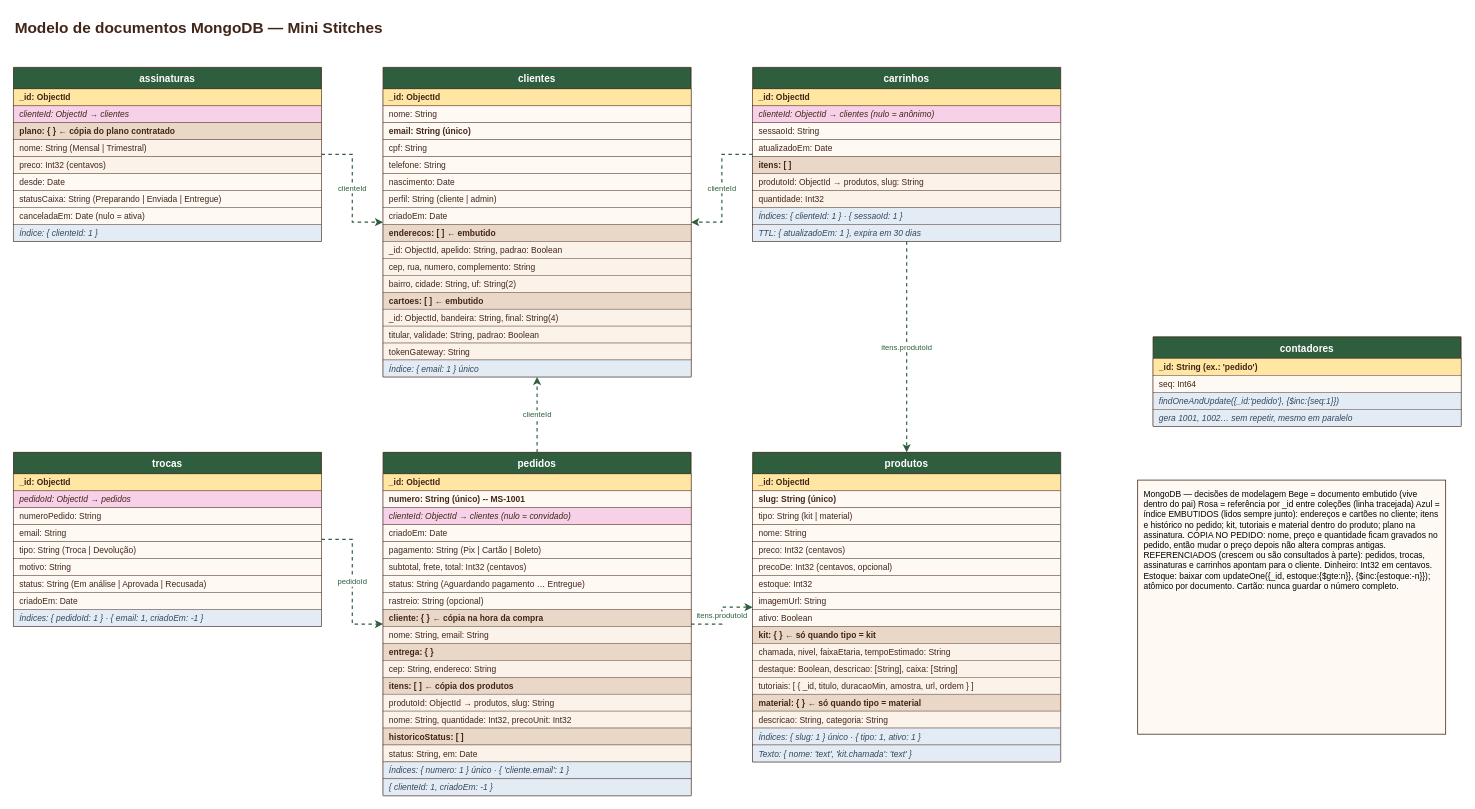
This is modelos/Diagrama_Mini_Sitches.drawio from SamuelLacerdx/mini-stitches, a draw.io file, before an edit. Source tidied: cells renumbered, new cells numbered last; positions are measured from the earlier drawing's top-left corner, leaving out a move shared by most shapes. Both pictures are drawn from the tidied source at 77%, with x=0, y=0 at pixel (13, 13).
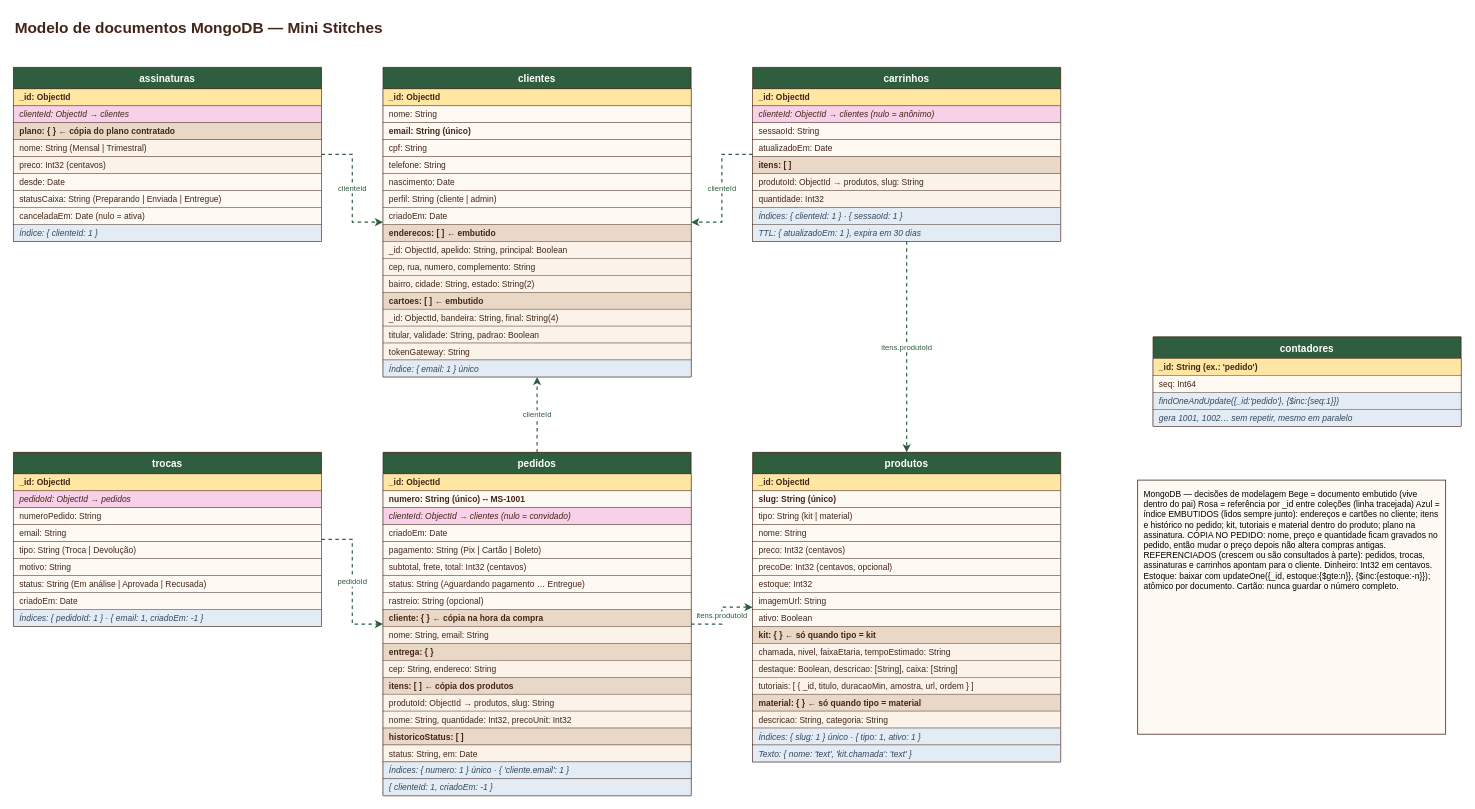
After the change.

The change refers to these unchanged cells:
```xml
<mxCell id="3" value="clientes" style="swimlane;fontStyle=1;horizontal=1;startSize=28;fillColor=#2E5E3E;fontColor=#FFFFFF;strokeColor=#422518;fontSize=13;" parent="1" vertex="1">
  <mxGeometry x="480" y="70" width="400" height="402" as="geometry" />
</mxCell>
```

Diff of the diagram source:
```diff
@@
-    <mxCell id="13" value="   _id: ObjectId, apelido: String, padrao: Boolean" style="text;strokeColor=#422518;strokeWidth=0.5;fillColor=#FBF3EA;fontColor=#422518;align=left;verticalAlign=middle;spacingLeft=6;overflow=hidden;fontStyle=0;fontSize=11;whiteSpace=nowrap;" parent="3" vertex="1">
+    <mxCell id="13" value="   _id: ObjectId, apelido: String, principal: Boolean" style="text;strokeColor=#422518;strokeWidth=0.5;fillColor=#FBF3EA;fontColor=#422518;align=left;verticalAlign=middle;spacingLeft=6;overflow=hidden;fontStyle=0;fontSize=11;whiteSpace=nowrap;" parent="3" vertex="1">
       <mxGeometry y="226" width="400" height="22" as="geometry" />
     </mxCell>
@@
-    <mxCell id="15" value="   bairro, cidade: String, uf: String(2)" style="text;strokeColor=#422518;strokeWidth=0.5;fillColor=#FBF3EA;fontColor=#422518;align=left;verticalAlign=middle;spacingLeft=6;overflow=hidden;fontStyle=0;fontSize=11;whiteSpace=nowrap;" parent="3" vertex="1">
+    <mxCell id="15" value="   bairro, cidade: String, estado: String(2)" style="text;strokeColor=#422518;strokeWidth=0.5;fillColor=#FBF3EA;fontColor=#422518;align=left;verticalAlign=middle;spacingLeft=6;overflow=hidden;fontStyle=0;fontSize=11;whiteSpace=nowrap;" parent="3" vertex="1">
       <mxGeometry y="270" width="400" height="22" as="geometry" />
     </mxCell>
```
